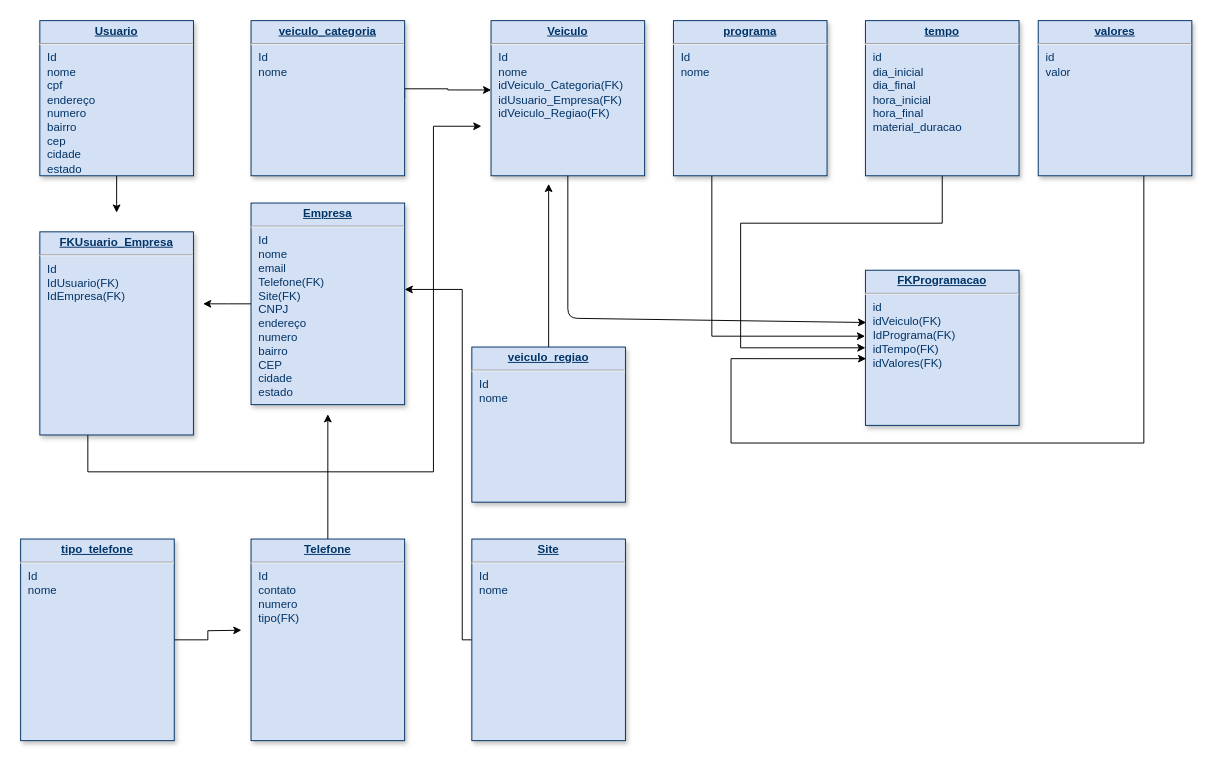
The draw.io diagram Untitled Diagram (2) (1).drawio in diogo-guimaraes/teste_git, before the edit. Source tidied: cells renumbered, new cells numbered last; positions are measured from the earlier drawing's top-left corner, leaving out a move shared by most shapes. Both pictures are drawn from the tidied source at 96%, with x=0, y=0 at pixel (20, 20).
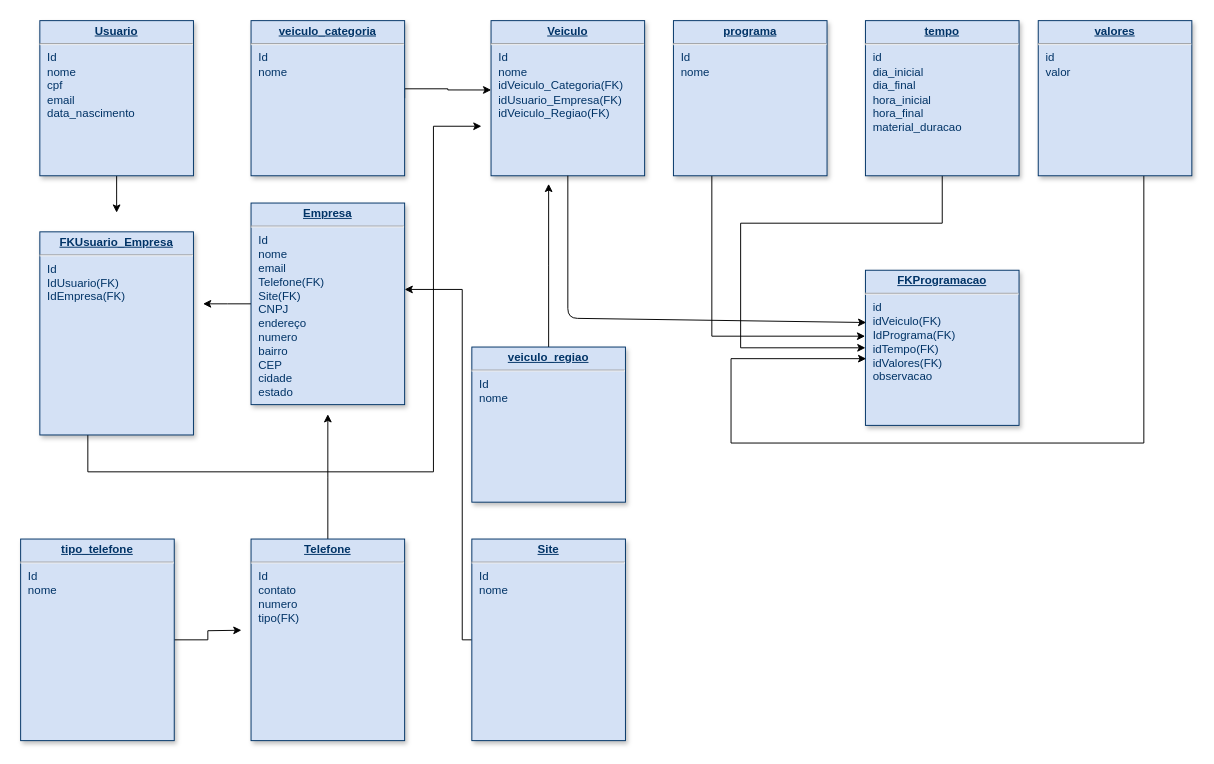
The same page after the edit.

The edit, as a diff of the source:
```diff
@@
-    <mxCell id="2" value="&lt;p style=&quot;margin: 0px ; margin-top: 4px ; text-align: center ; text-decoration: underline&quot;&gt;&lt;b&gt;FKProgramacao&lt;/b&gt;&lt;/p&gt;&lt;hr&gt;&lt;p style=&quot;margin: 0px ; margin-left: 8px&quot;&gt;id&lt;/p&gt;&lt;p style=&quot;margin: 0px ; margin-left: 8px&quot;&gt;idVeiculo(FK)&lt;/p&gt;&lt;p style=&quot;margin: 0px ; margin-left: 8px&quot;&gt;&lt;span&gt;IdPrograma(FK)&lt;/span&gt;&lt;br&gt;&lt;/p&gt;&lt;p style=&quot;margin: 0px ; margin-left: 8px&quot;&gt;idTempo(FK)&lt;br&gt;&lt;/p&gt;&lt;p style=&quot;margin: 0px ; margin-left: 8px&quot;&gt;idValores(FK)&lt;/p&gt;&lt;p style=&quot;margin: 0px ; margin-left: 8px&quot;&gt;&lt;br&gt;&lt;/p&gt;&lt;p style=&quot;margin: 0px 0px 0px 8px&quot;&gt;&lt;br&gt;&lt;/p&gt;" style="verticalAlign=top;align=left;overflow=fill;fontSize=12;fontFamily=Helvetica;html=1;strokeColor=#003366;shadow=1;fillColor=#D4E1F5;fontColor=#003366;" parent="1" vertex="1">
+    <mxCell id="2" value="&lt;p style=&quot;margin: 0px ; margin-top: 4px ; text-align: center ; text-decoration: underline&quot;&gt;&lt;b&gt;FKProgramacao&lt;/b&gt;&lt;/p&gt;&lt;hr&gt;&lt;p style=&quot;margin: 0px ; margin-left: 8px&quot;&gt;id&lt;/p&gt;&lt;p style=&quot;margin: 0px ; margin-left: 8px&quot;&gt;idVeiculo(FK)&lt;/p&gt;&lt;p style=&quot;margin: 0px ; margin-left: 8px&quot;&gt;&lt;span&gt;IdPrograma(FK)&lt;/span&gt;&lt;br&gt;&lt;/p&gt;&lt;p style=&quot;margin: 0px ; margin-left: 8px&quot;&gt;idTempo(FK)&lt;br&gt;&lt;/p&gt;&lt;p style=&quot;margin: 0px ; margin-left: 8px&quot;&gt;idValores(FK)&lt;/p&gt;&lt;p style=&quot;margin: 0px ; margin-left: 8px&quot;&gt;observacao&lt;/p&gt;&lt;p style=&quot;margin: 0px ; margin-left: 8px&quot;&gt;&lt;br&gt;&lt;/p&gt;&lt;p style=&quot;margin: 0px 0px 0px 8px&quot;&gt;&lt;br&gt;&lt;/p&gt;" style="verticalAlign=top;align=left;overflow=fill;fontSize=12;fontFamily=Helvetica;html=1;strokeColor=#003366;shadow=1;fillColor=#D4E1F5;fontColor=#003366;" parent="1" vertex="1">
       <mxGeometry x="880" y="260" width="160" height="161.6" as="geometry" />
     </mxCell>
@@
-    <mxCell id="19" value="&lt;p style=&quot;margin: 0px ; margin-top: 4px ; text-align: center ; text-decoration: underline&quot;&gt;&lt;b&gt;Usuario&lt;/b&gt;&lt;/p&gt;&lt;hr&gt;&lt;p style=&quot;margin: 0px ; margin-left: 8px&quot;&gt;Id&lt;/p&gt;&lt;p style=&quot;margin: 0px ; margin-left: 8px&quot;&gt;nome&lt;/p&gt;&lt;p style=&quot;margin: 0px ; margin-left: 8px&quot;&gt;cpf&lt;/p&gt;&lt;p style=&quot;margin: 0px ; margin-left: 8px&quot;&gt;endereço&lt;/p&gt;&lt;p style=&quot;margin: 0px ; margin-left: 8px&quot;&gt;numero&lt;/p&gt;&lt;p style=&quot;margin: 0px ; margin-left: 8px&quot;&gt;bairro&lt;/p&gt;&lt;p style=&quot;margin: 0px ; margin-left: 8px&quot;&gt;cep&lt;/p&gt;&lt;p style=&quot;margin: 0px ; margin-left: 8px&quot;&gt;&lt;span&gt;cidade&lt;/span&gt;&lt;/p&gt;&lt;p style=&quot;margin: 0px ; margin-left: 8px&quot;&gt;&lt;span&gt;estado&lt;/span&gt;&lt;/p&gt;" style="verticalAlign=top;align=left;overflow=fill;fontSize=12;fontFamily=Helvetica;html=1;strokeColor=#003366;shadow=1;fillColor=#D4E1F5;fontColor=#003366;" parent="1" vertex="1">
+    <mxCell id="19" value="&lt;p style=&quot;margin: 0px ; margin-top: 4px ; text-align: center ; text-decoration: underline&quot;&gt;&lt;b&gt;Usuario&lt;/b&gt;&lt;/p&gt;&lt;hr&gt;&lt;p style=&quot;margin: 0px ; margin-left: 8px&quot;&gt;Id&lt;/p&gt;&lt;p style=&quot;margin: 0px ; margin-left: 8px&quot;&gt;nome&lt;/p&gt;&lt;p style=&quot;margin: 0px ; margin-left: 8px&quot;&gt;cpf&lt;/p&gt;&lt;p style=&quot;margin: 0px ; margin-left: 8px&quot;&gt;email&lt;/p&gt;&lt;p style=&quot;margin: 0px ; margin-left: 8px&quot;&gt;data_nascimento&lt;/p&gt;" style="verticalAlign=top;align=left;overflow=fill;fontSize=12;fontFamily=Helvetica;html=1;strokeColor=#003366;shadow=1;fillColor=#D4E1F5;fontColor=#003366;" parent="1" vertex="1">
       <mxGeometry x="20" width="160" height="161.6" as="geometry" />
     </mxCell>
```
